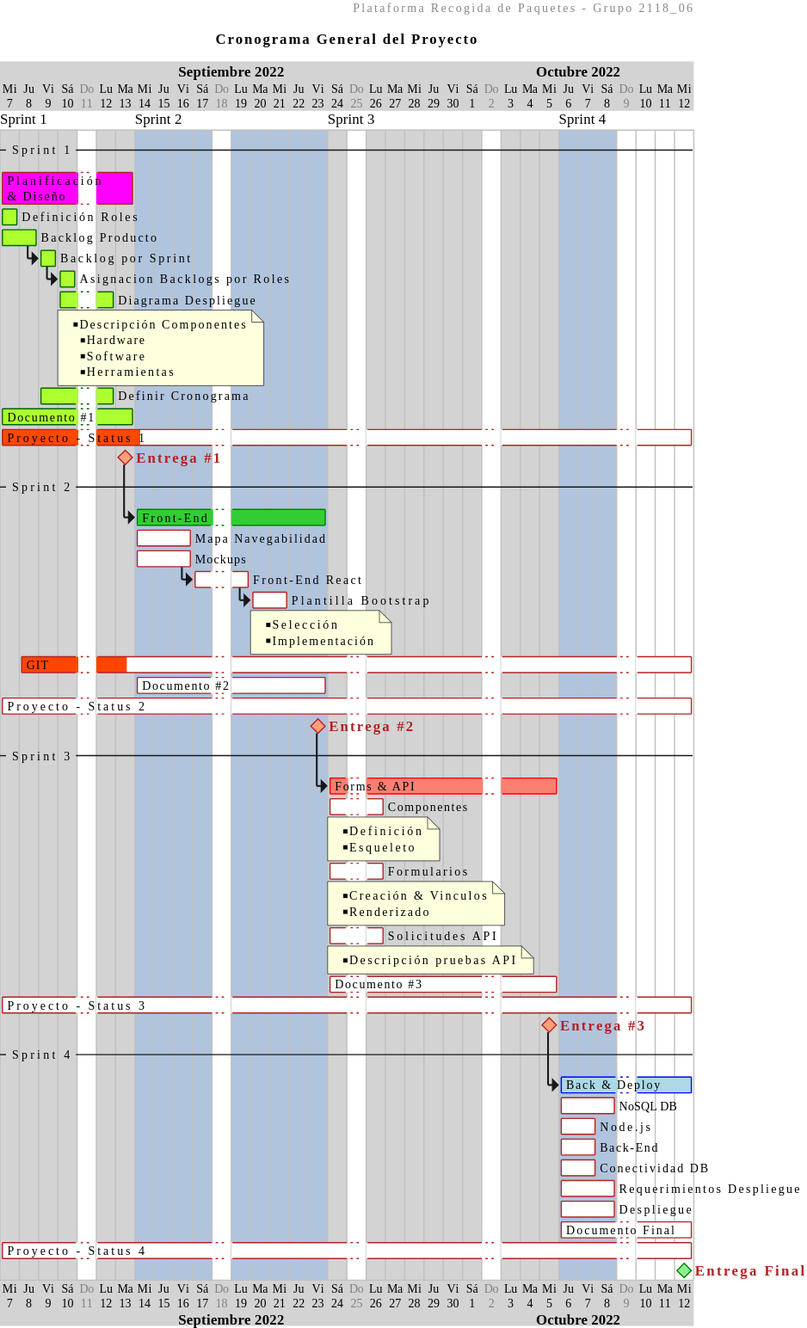
Earlier version of the PlantUML export assets-documento/cronograma-tareas.svg (proyectoCiclo4MinTic/instaYa).
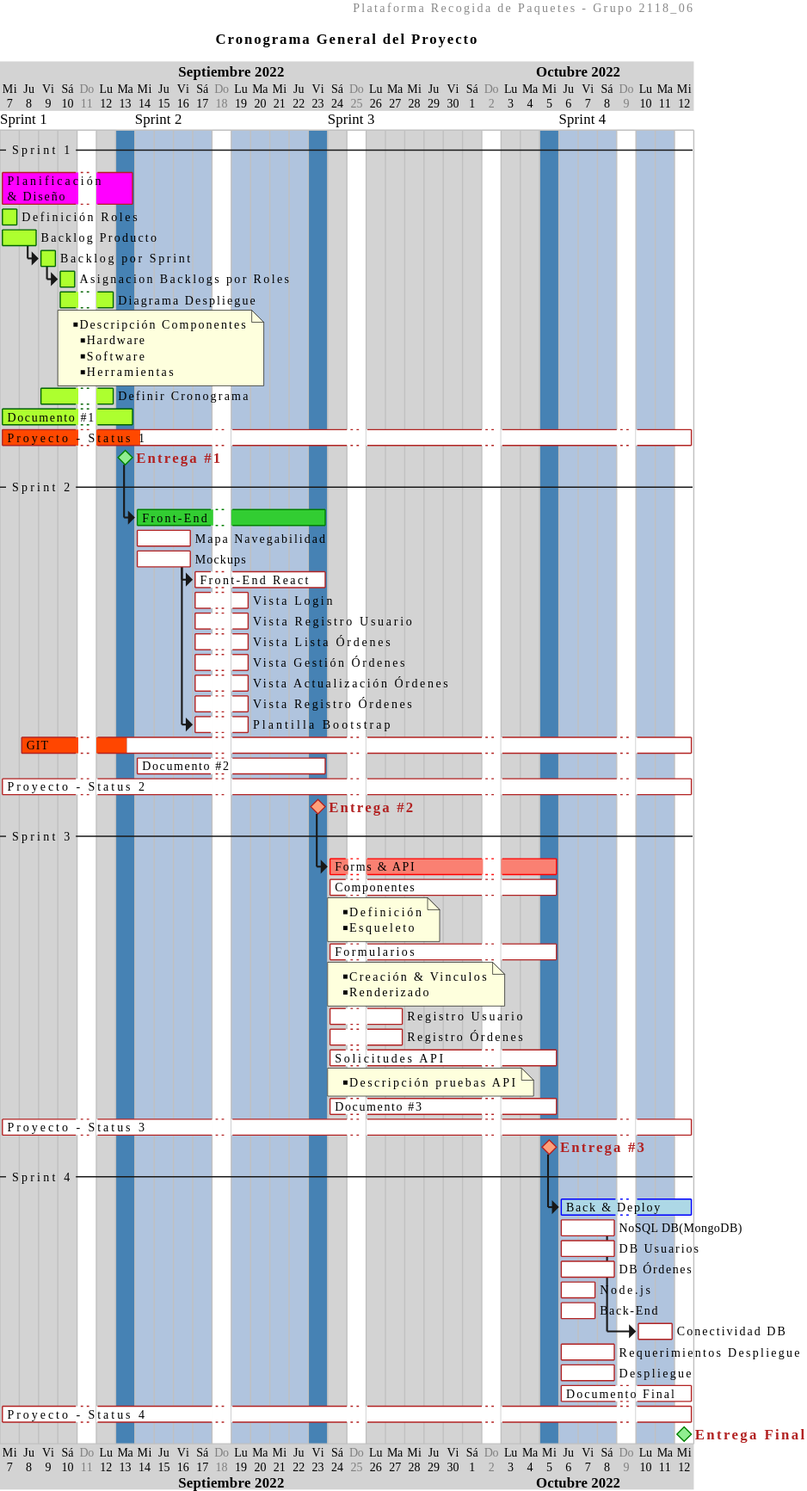
The same diagram one commit later.

Diff of the diagram source:
```diff
@@ -74,10 +74,10 @@
 
 
 
-2022-07-17 is colored in SteelBlue
-2022-07-28 is colored in SteelBlue
-2022-08-12 is colored in SteelBlue
-2022-08-17 is colored in SteelBlue
+2022-09-13 is colored in SteelBlue
+2022-09-23 is colored in SteelBlue
+2022-10-05 is colored in SteelBlue
+2022-10-12 is colored in SteelBlue
 
 
 Project starts 2022-09-07
@@ -111,12 +111,17 @@
 
 [Mapa Navegabilidad] starts 2022-09-14 and lasts 3 days and is 0% completed
 [Mockups] starts 2022-09-14 and lasts 3 days and is 0% completed
-then [Front-End React] starts 2022-09-14 and lasts 2 days and is 0% completed
-then [Plantilla Bootstrap] starts 2022-09-14 and lasts 2 days and is 0% completed
-note bottom
-** Selección
-** Implementación
-end note
+[Front-End React] starts at [Mockups]'s end and lasts 6 days and is 0% completed
+[Vista Login] starts 2022-09-17 and lasts 2 days and is 0% completed
+[Vista Registro Usuario] starts 2022-09-17 and lasts 2 days and is 0% completed
+[Vista Lista Órdenes] starts 2022-09-17 and lasts 2 days and is 0% completed
+[Vista Gestión Órdenes] starts 2022-09-17 and lasts 2 days and is 0% completed
+[Vista Actualización Órdenes] starts 2022-09-17 and lasts 2 days and is 0% completed
+[Vista Registro Órdenes] starts 2022-09-17 and lasts 2 days and is 0% completed
+
+[Plantilla Bootstrap] starts at [Mockups]'s end and lasts 2 days and is 0% completed
+
+
 
 [GIT] starts 2022-09-08 and ends 2022-10-12 and is 15% completed
 [Documento #2] starts 2022-09-14 and ends 2022-09-23 and is 0% completed
@@ -127,17 +132,20 @@
 
 --Sprint 3--
 then [Forms & API] Starts 2022-09-24 and ends 2022-10-05
-[Componentes] starts 2022-09-24 and lasts 2 days and is 0% completed
+[Componentes] starts 2022-09-24 and lasts 10 days and is 0% completed
 note bottom
 ** Definición
 ** Esqueleto
 end note
-[Formularios] starts 2022-09-24 and lasts 2 days and is 0% completed
+
+[Formularios] starts 2022-09-24 and lasts 10 days and is 0% completed
 note bottom
 ** Creación & Vinculos
 ** Renderizado
 end note
-[Solicitudes API] starts 2022-09-24 and lasts 2 days and is 0% completed
+[Registro Usuario] starts 2022-09-24 and lasts 3 days and is 0% completed
+[Registro Órdenes] starts 2022-09-24 and lasts 3 days and is 0% completed
+[Solicitudes API] starts 2022-09-24 and lasts 10 days and is 0% completed
 note bottom
 ** Descripción pruebas API
 end note
@@ -150,10 +158,12 @@
 --Sprint 4--
 then [Back & Deploy] Starts 2022-10-06 and ends 2022-10-12
 
-[NoSQL DB] starts 2022-10-06 and lasts 3 days and is 0% completed
+[NoSQL DB(MongoDB)] starts 2022-10-06 and lasts 3 days and is 0% completed
+[DB Usuarios] starts 2022-10-06 and lasts 3 days and is 0% completed
+[DB Órdenes] starts 2022-10-06 and lasts 3 days and is 0% completed
 [Node.js] starts 2022-10-06 and lasts 2 days and is 0% completed
 [Back-End] starts 2022-10-06 and lasts 2 days and is 0% completed
-[Conectividad DB] starts 2022-10-06 and lasts 2 days and is 0% completed
+[Conectividad DB] starts at [NoSQL DB(MongoDB)]'s end and lasts 2 days and is 0% completed
 [Requerimientos Despliegue] starts 2022-10-06 and lasts 3 days and is 0% completed
 [Despliegue] starts 2022-10-06 and lasts 3 days and is 0% completed
 [Documento Final] starts 2022-10-06 and ends 2022-10-12 and is 0% completed
@@ -167,6 +177,7 @@
 [Forms & API] is colored in salmon/Red
 [Back & Deploy] is colored in LightBlue/Blue
 [Entrega Final] is colored in LightGreen/Green
+[Entrega #1] is colored in LightGreen/Green
 
 
 @enduml
```
